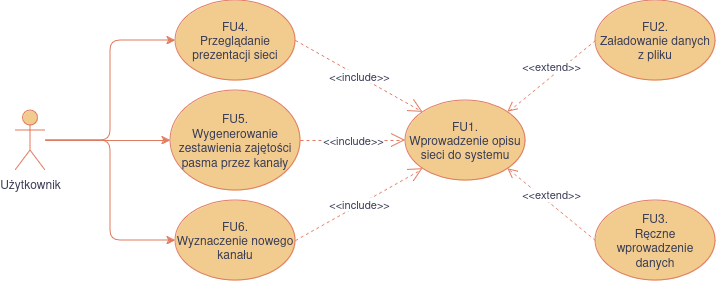
This is docs/diagrams/system-use-cases.drawio.png from mGarbowski/pzsp2-projekt, a draw.io export, as it was before one commit. Source tidied: cells renumbered, new cells last; positions are measured from the earlier drawing's top-left corner, leaving out a move shared by most shapes.
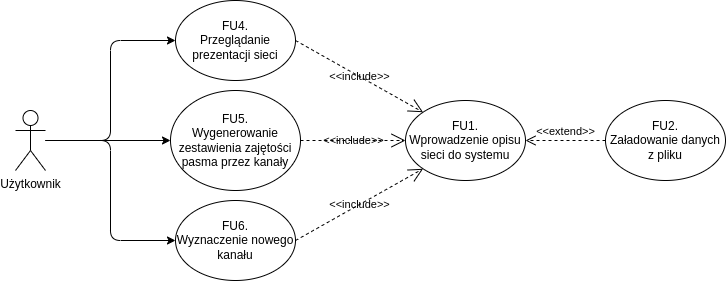
Above is the later version.

What changed in the source:
```diff
@@ -2,49 +2,43 @@
   <root>
     <mxCell id="0" />
     <mxCell id="1" parent="0" />
-    <mxCell id="2" style="edgeStyle=orthogonalEdgeStyle;jettySize=auto;html=1;entryX=0;entryY=0.5;entryDx=0;entryDy=0;strokeColor=#E07A5F;fontColor=#393C56;fillColor=#F2CC8F;" parent="1" edge="1" source="5" target="9">
+    <mxCell id="2" style="edgeStyle=orthogonalEdgeStyle;jettySize=auto;html=1;entryX=0;entryY=0.5;entryDx=0;entryDy=0;fontColor=default;labelBackgroundColor=none;" parent="1" edge="1" source="5" target="9">
       <mxGeometry relative="1" as="geometry" />
     </mxCell>
-    <mxCell id="3" style="edgeStyle=orthogonalEdgeStyle;jettySize=auto;html=1;entryX=0;entryY=0.5;entryDx=0;entryDy=0;strokeColor=#E07A5F;fontColor=#393C56;fillColor=#F2CC8F;" parent="1" edge="1" source="5" target="10">
+    <mxCell id="3" style="edgeStyle=orthogonalEdgeStyle;jettySize=auto;html=1;entryX=0;entryY=0.5;entryDx=0;entryDy=0;fontColor=default;labelBackgroundColor=none;" parent="1" edge="1" source="5" target="10">
       <mxGeometry relative="1" as="geometry" />
     </mxCell>
-    <mxCell id="4" style="edgeStyle=orthogonalEdgeStyle;jettySize=auto;html=1;entryX=0;entryY=0.5;entryDx=0;entryDy=0;strokeColor=#E07A5F;fontColor=#393C56;fillColor=#F2CC8F;" parent="1" edge="1" source="5" target="11">
+    <mxCell id="4" style="edgeStyle=orthogonalEdgeStyle;jettySize=auto;html=1;entryX=0;entryY=0.5;entryDx=0;entryDy=0;fontColor=default;labelBackgroundColor=none;" parent="1" edge="1" source="5" target="11">
       <mxGeometry relative="1" as="geometry" />
     </mxCell>
-    <mxCell id="5" value="&lt;div&gt;Użytkownik&lt;/div&gt;" style="shape=umlActor;verticalLabelPosition=bottom;verticalAlign=top;html=1;outlineConnect=0;strokeColor=#E07A5F;fontColor=#393C56;fillColor=#F2CC8F;" parent="1" vertex="1">
+    <mxCell id="5" value="&lt;div&gt;Użytkownik&lt;/div&gt;" style="shape=umlActor;verticalLabelPosition=bottom;verticalAlign=top;html=1;outlineConnect=0;labelBackgroundColor=none;" parent="1" vertex="1">
       <mxGeometry y="110" width="30" height="60" as="geometry" />
     </mxCell>
-    <mxCell id="6" value="&lt;div&gt;FU1.&lt;/div&gt;&lt;div&gt;Wprowadzenie opisu sieci do systemu&lt;br&gt;&lt;/div&gt;" style="ellipse;whiteSpace=wrap;html=1;strokeColor=#E07A5F;fontColor=#393C56;fillColor=#F2CC8F;" parent="1" vertex="1">
+    <mxCell id="6" value="&lt;div&gt;FU1.&lt;/div&gt;&lt;div&gt;Wprowadzenie opisu sieci do systemu&lt;br&gt;&lt;/div&gt;" style="ellipse;whiteSpace=wrap;html=1;labelBackgroundColor=none;" parent="1" vertex="1">
       <mxGeometry x="390" y="100" width="120" height="80" as="geometry" />
     </mxCell>
-    <mxCell id="7" value="&lt;div&gt;FU2.&lt;/div&gt;&lt;div&gt;Załadowanie danych z pliku&lt;br&gt;&lt;/div&gt;" style="ellipse;whiteSpace=wrap;html=1;strokeColor=#E07A5F;fontColor=#393C56;fillColor=#F2CC8F;" parent="1" vertex="1">
-      <mxGeometry x="580" width="120" height="80" as="geometry" />
+    <mxCell id="7" value="&lt;div&gt;FU2.&lt;/div&gt;&lt;div&gt;Załadowanie danych z pliku&lt;br&gt;&lt;/div&gt;" style="ellipse;whiteSpace=wrap;html=1;labelBackgroundColor=none;" parent="1" vertex="1">
+      <mxGeometry x="590" y="100" width="120" height="80" as="geometry" />
     </mxCell>
-    <mxCell id="8" value="&lt;div&gt;FU3.&lt;/div&gt;&lt;div&gt;Ręczne wprowadzenie danych&lt;br&gt;&lt;/div&gt;" style="ellipse;whiteSpace=wrap;html=1;strokeColor=#E07A5F;fontColor=#393C56;fillColor=#F2CC8F;" parent="1" vertex="1">
-      <mxGeometry x="580" y="200" width="120" height="80" as="geometry" />
-    </mxCell>
-    <mxCell id="9" value="&lt;div&gt;FU4.&lt;/div&gt;&lt;div&gt;Przeglądanie prezentacji sieci&lt;br&gt;&lt;/div&gt;" style="ellipse;whiteSpace=wrap;html=1;strokeColor=#E07A5F;fontColor=#393C56;fillColor=#F2CC8F;" parent="1" vertex="1">
+    <mxCell id="9" value="&lt;div&gt;FU4.&lt;/div&gt;&lt;div&gt;Przeglądanie prezentacji sieci&lt;br&gt;&lt;/div&gt;" style="ellipse;whiteSpace=wrap;html=1;labelBackgroundColor=none;" parent="1" vertex="1">
       <mxGeometry x="160" width="120" height="80" as="geometry" />
     </mxCell>
-    <mxCell id="10" value="&lt;div&gt;FU5.&lt;/div&gt;&lt;div&gt;Wygenerowanie zestawienia zajętości pasma przez kanały&lt;br&gt;&lt;/div&gt;" style="ellipse;whiteSpace=wrap;html=1;strokeColor=#E07A5F;fontColor=#393C56;fillColor=#F2CC8F;" parent="1" vertex="1">
+    <mxCell id="10" value="&lt;div&gt;FU5.&lt;/div&gt;&lt;div&gt;Wygenerowanie zestawienia zajętości pasma przez kanały&lt;br&gt;&lt;/div&gt;" style="ellipse;whiteSpace=wrap;html=1;labelBackgroundColor=none;" parent="1" vertex="1">
       <mxGeometry x="155" y="90" width="130" height="100" as="geometry" />
     </mxCell>
-    <mxCell id="11" value="&lt;div&gt;FU6.&lt;/div&gt;&lt;div&gt;Wyznaczenie nowego kanału&lt;br&gt;&lt;/div&gt;" style="ellipse;whiteSpace=wrap;html=1;strokeColor=#E07A5F;fontColor=#393C56;fillColor=#F2CC8F;" parent="1" vertex="1">
+    <mxCell id="11" value="&lt;div&gt;FU6.&lt;/div&gt;&lt;div&gt;Wyznaczenie nowego kanału&lt;br&gt;&lt;/div&gt;" style="ellipse;whiteSpace=wrap;html=1;labelBackgroundColor=none;" parent="1" vertex="1">
       <mxGeometry x="160" y="200" width="120" height="80" as="geometry" />
     </mxCell>
-    <mxCell id="12" value="&amp;lt;&amp;lt;extend&amp;gt;&amp;gt;" style="html=1;verticalAlign=bottom;endArrow=open;dashed=1;endSize=8;curved=0;rounded=0;strokeColor=#E07A5F;fontColor=#393C56;fillColor=#F2CC8F;exitX=0;exitY=0.5;exitDx=0;exitDy=0;entryX=1;entryY=0;entryDx=0;entryDy=0;" parent="1" edge="1" source="7" target="6">
+    <mxCell id="12" value="&amp;lt;&amp;lt;extend&amp;gt;&amp;gt;" style="html=1;verticalAlign=bottom;endArrow=open;dashed=1;endSize=8;curved=0;rounded=0;fontColor=default;exitX=0;exitY=0.5;exitDx=0;exitDy=0;entryX=1;entryY=0.5;entryDx=0;entryDy=0;labelBackgroundColor=none;" parent="1" edge="1" source="7" target="6">
       <mxGeometry relative="1" as="geometry" />
     </mxCell>
-    <mxCell id="13" value="&amp;lt;&amp;lt;extend&amp;gt;&amp;gt;" style="html=1;verticalAlign=bottom;endArrow=open;dashed=1;endSize=8;curved=0;rounded=0;strokeColor=#E07A5F;fontColor=#393C56;fillColor=#F2CC8F;exitX=0;exitY=0.5;exitDx=0;exitDy=0;entryX=1;entryY=1;entryDx=0;entryDy=0;" parent="1" edge="1" source="8" target="6">
-      <mxGeometry relative="1" as="geometry" />
-    </mxCell>
-    <mxCell id="14" value="&amp;lt;&amp;lt;include&amp;gt;&amp;gt;" style="endArrow=open;endSize=12;dashed=1;html=1;strokeColor=#E07A5F;fontColor=#393C56;fillColor=#F2CC8F;exitX=1;exitY=0.5;exitDx=0;exitDy=0;entryX=0;entryY=0;entryDx=0;entryDy=0;" parent="1" edge="1" source="9" target="6">
+    <mxCell id="14" value="&amp;lt;&amp;lt;include&amp;gt;&amp;gt;" style="endArrow=open;endSize=12;dashed=1;html=1;fontColor=default;exitX=1;exitY=0.5;exitDx=0;exitDy=0;entryX=0;entryY=0;entryDx=0;entryDy=0;labelBackgroundColor=none;" parent="1" edge="1" source="9" target="6">
       <mxGeometry relative="1" as="geometry" />
     </mxCell>
-    <mxCell id="15" value="&amp;lt;&amp;lt;include&amp;gt;&amp;gt;" style="endArrow=open;endSize=12;dashed=1;html=1;strokeColor=#E07A5F;fontColor=#393C56;fillColor=#F2CC8F;exitX=1;exitY=0.5;exitDx=0;exitDy=0;entryX=0;entryY=0.5;entryDx=0;entryDy=0;" parent="1" edge="1" source="10" target="6">
+    <mxCell id="15" value="&amp;lt;&amp;lt;include&amp;gt;&amp;gt;" style="endArrow=open;endSize=12;dashed=1;html=1;fontColor=default;exitX=1;exitY=0.5;exitDx=0;exitDy=0;entryX=0;entryY=0.5;entryDx=0;entryDy=0;labelBackgroundColor=none;" parent="1" edge="1" source="10" target="6">
       <mxGeometry relative="1" as="geometry" />
     </mxCell>
-    <mxCell id="16" value="&amp;lt;&amp;lt;include&amp;gt;&amp;gt;" style="endArrow=open;endSize=12;dashed=1;html=1;strokeColor=#E07A5F;fontColor=#393C56;fillColor=#F2CC8F;exitX=1;exitY=0.5;exitDx=0;exitDy=0;entryX=0;entryY=1;entryDx=0;entryDy=0;" parent="1" edge="1" source="11" target="6">
+    <mxCell id="16" value="&amp;lt;&amp;lt;include&amp;gt;&amp;gt;" style="endArrow=open;endSize=12;dashed=1;html=1;fontColor=default;exitX=1;exitY=0.5;exitDx=0;exitDy=0;entryX=0;entryY=1;entryDx=0;entryDy=0;labelBackgroundColor=none;" parent="1" edge="1" source="11" target="6">
       <mxGeometry relative="1" as="geometry" />
     </mxCell>
   </root>
```
